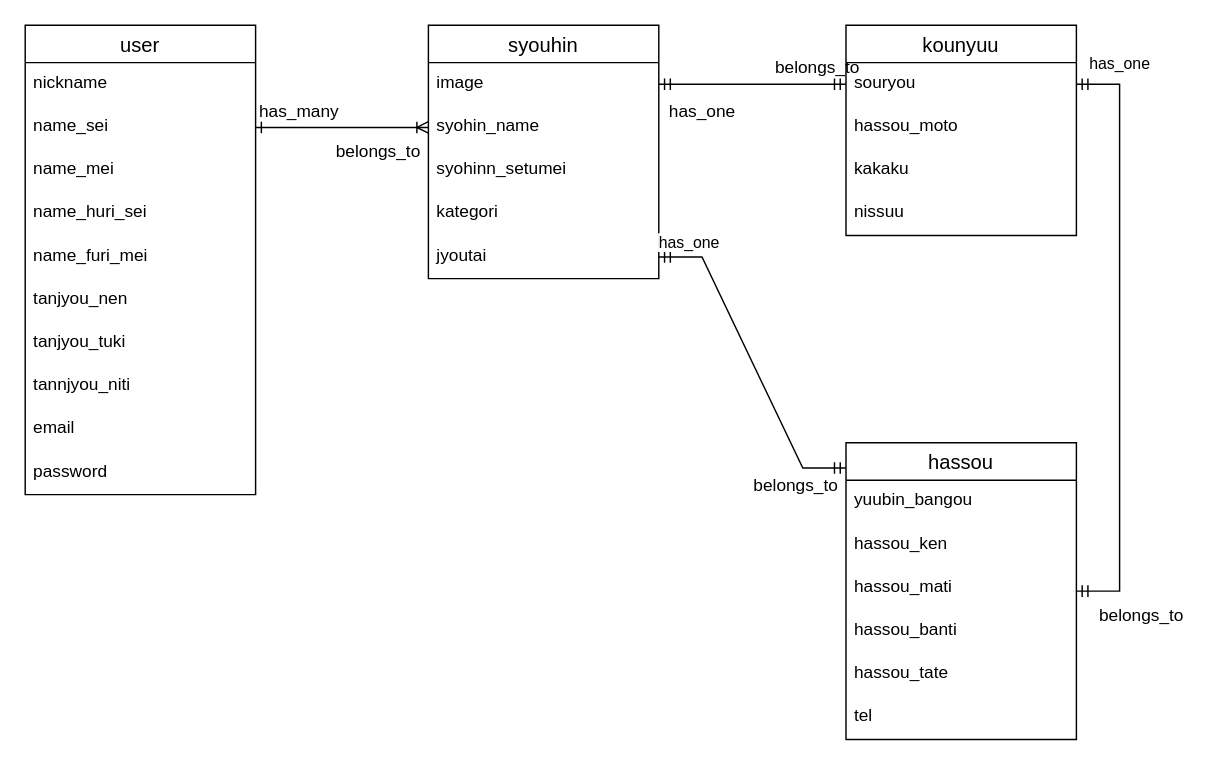
Above: DB-ER.dio in nao-ogawara0445/furima-34540 (draw.io), before the change. Source tidied: cells renumbered, new cells numbered last; positions are measured from the earlier drawing's top-left corner, leaving out a move shared by most shapes. Both pictures are drawn from the tidied source at 144%, with x=0, y=0 at pixel (24, 24).
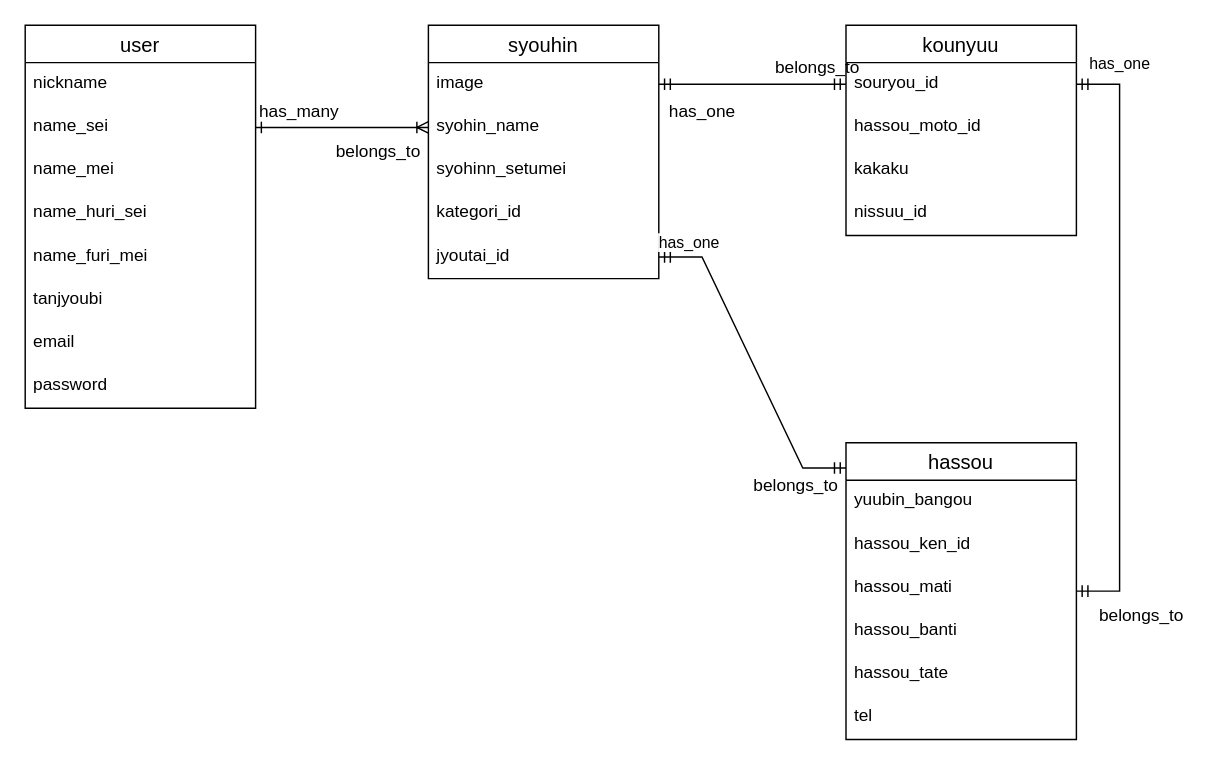
The same page after the edit.

The change refers to these unchanged cells:
```xml
<mxCell id="13" value="syouhin" style="swimlane;fontStyle=0;horizontal=1;startSize=26;align=center;fontSize=14;" parent="1" vertex="1">
  <mxGeometry x="280" width="160" height="176" as="geometry" />
</mxCell>
<mxCell id="19" value="kounyuu" style="swimlane;fontStyle=0;horizontal=1;startSize=26;align=center;fontSize=14;" parent="1" vertex="1">
  <mxGeometry x="570" width="160" height="146" as="geometry" />
</mxCell>
<mxCell id="24" value="hassou" style="swimlane;fontStyle=0;horizontal=1;startSize=26;align=center;fontSize=14;" parent="1" vertex="1">
  <mxGeometry x="570" y="290" width="160" height="206" as="geometry" />
</mxCell>
```

The edit, as a diff of the source:
```diff
@@
     <mxCell id="2" value="user" style="swimlane;fontStyle=0;horizontal=1;startSize=26;align=center;fontSize=14;" parent="1" vertex="1">
-      <mxGeometry width="160" height="326" as="geometry" />
+      <mxGeometry width="160" height="266" as="geometry" />
     </mxCell>
@@
-    <mxCell id="8" value="tanjyou_nen" style="text;strokeColor=none;fillColor=none;spacingLeft=4;spacingRight=4;overflow=hidden;fontSize=12;" parent="2" vertex="1">
+    <mxCell id="8" value="tanjyoubi" style="text;strokeColor=none;fillColor=none;spacingLeft=4;spacingRight=4;overflow=hidden;fontSize=12;" parent="2" vertex="1">
       <mxGeometry y="176" width="160" height="30" as="geometry" />
     </mxCell>
-    <mxCell id="9" value="tanjyou_tuki" style="text;strokeColor=none;fillColor=none;spacingLeft=4;spacingRight=4;overflow=hidden;fontSize=12;" parent="2" vertex="1">
-      <mxGeometry y="206" width="160" height="30" as="geometry" />
-    </mxCell>
-    <mxCell id="10" value="tannjyou_niti" style="text;strokeColor=none;fillColor=none;spacingLeft=4;spacingRight=4;overflow=hidden;fontSize=12;" parent="2" vertex="1">
-      <mxGeometry y="236" width="160" height="30" as="geometry" />
-    </mxCell>
     <mxCell id="11" value="email" style="text;strokeColor=none;fillColor=none;spacingLeft=4;spacingRight=4;overflow=hidden;fontSize=12;" parent="2" vertex="1">
-      <mxGeometry y="266" width="160" height="30" as="geometry" />
+      <mxGeometry y="206" width="160" height="30" as="geometry" />
     </mxCell>
     <mxCell id="12" value="password" style="text;strokeColor=none;fillColor=none;spacingLeft=4;spacingRight=4;overflow=hidden;fontSize=12;" parent="2" vertex="1">
-      <mxGeometry y="296" width="160" height="30" as="geometry" />
+      <mxGeometry y="236" width="160" height="30" as="geometry" />
     </mxCell>
@@
-    <mxCell id="17" value="kategori" style="text;strokeColor=none;fillColor=none;spacingLeft=4;spacingRight=4;overflow=hidden;fontSize=12;" parent="13" vertex="1">
+    <mxCell id="17" value="kategori_id" style="text;strokeColor=none;fillColor=none;spacingLeft=4;spacingRight=4;overflow=hidden;fontSize=12;" parent="13" vertex="1">
       <mxGeometry y="116" width="160" height="30" as="geometry" />
     </mxCell>
-    <mxCell id="18" value="jyoutai" style="text;strokeColor=none;fillColor=none;spacingLeft=4;spacingRight=4;overflow=hidden;points=[[0,0.5],[1,0.5]];portConstraint=eastwest;fontSize=12;" parent="13" vertex="1">
+    <mxCell id="18" value="jyoutai_id" style="text;strokeColor=none;fillColor=none;spacingLeft=4;spacingRight=4;overflow=hidden;points=[[0,0.5],[1,0.5]];portConstraint=eastwest;fontSize=12;" parent="13" vertex="1">
       <mxGeometry y="146" width="160" height="30" as="geometry" />
     </mxCell>
@@
-    <mxCell id="20" value="souryou" style="text;strokeColor=none;fillColor=none;spacingLeft=4;spacingRight=4;overflow=hidden;points=[[0,0.5],[1,0.5]];portConstraint=eastwest;fontSize=12;" parent="19" vertex="1">
+    <mxCell id="20" value="souryou_id" style="text;strokeColor=none;fillColor=none;spacingLeft=4;spacingRight=4;overflow=hidden;points=[[0,0.5],[1,0.5]];portConstraint=eastwest;fontSize=12;" parent="19" vertex="1">
       <mxGeometry y="26" width="160" height="30" as="geometry" />
     </mxCell>
-    <mxCell id="21" value="hassou_moto" style="text;strokeColor=none;fillColor=none;spacingLeft=4;spacingRight=4;overflow=hidden;fontSize=12;fontStyle=0;" parent="19" vertex="1">
+    <mxCell id="21" value="hassou_moto_id" style="text;strokeColor=none;fillColor=none;spacingLeft=4;spacingRight=4;overflow=hidden;fontSize=12;fontStyle=0;" parent="19" vertex="1">
       <mxGeometry y="56" width="160" height="30" as="geometry" />
     </mxCell>
@@
-    <mxCell id="23" value="nissuu" style="text;strokeColor=none;fillColor=none;spacingLeft=4;spacingRight=4;overflow=hidden;fontSize=12;" parent="19" vertex="1">
+    <mxCell id="23" value="nissuu_id" style="text;strokeColor=none;fillColor=none;spacingLeft=4;spacingRight=4;overflow=hidden;fontSize=12;" parent="19" vertex="1">
       <mxGeometry y="116" width="160" height="30" as="geometry" />
     </mxCell>
@@
-    <mxCell id="26" value="hassou_ken" style="text;strokeColor=none;fillColor=none;spacingLeft=4;spacingRight=4;overflow=hidden;fontSize=12;" parent="24" vertex="1">
+    <mxCell id="26" value="hassou_ken_id" style="text;strokeColor=none;fillColor=none;spacingLeft=4;spacingRight=4;overflow=hidden;fontSize=12;" parent="24" vertex="1">
       <mxGeometry y="56" width="160" height="30" as="geometry" />
     </mxCell>
```
